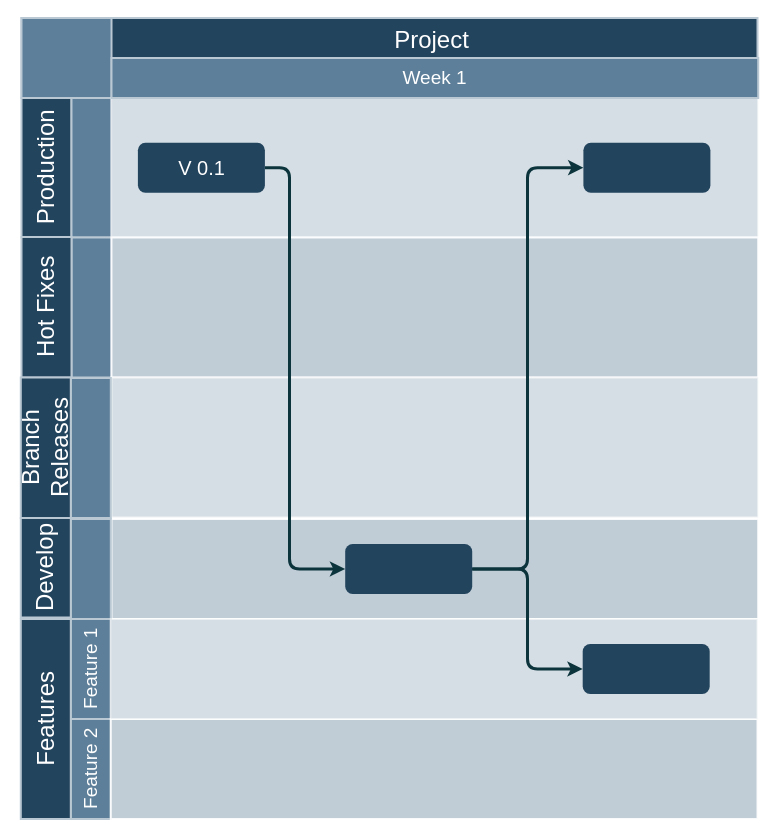
Earlier version of the draw.io diagram Untitled Diagram.drawio (grigigo/Tankists). Source tidied: cells renumbered, new cells numbered last; positions are measured from the earlier drawing's top-left corner, leaving out a move shared by most shapes. Both pictures are drawn from the tidied source at 100%, with x=0, y=0 at pixel (20, 17).
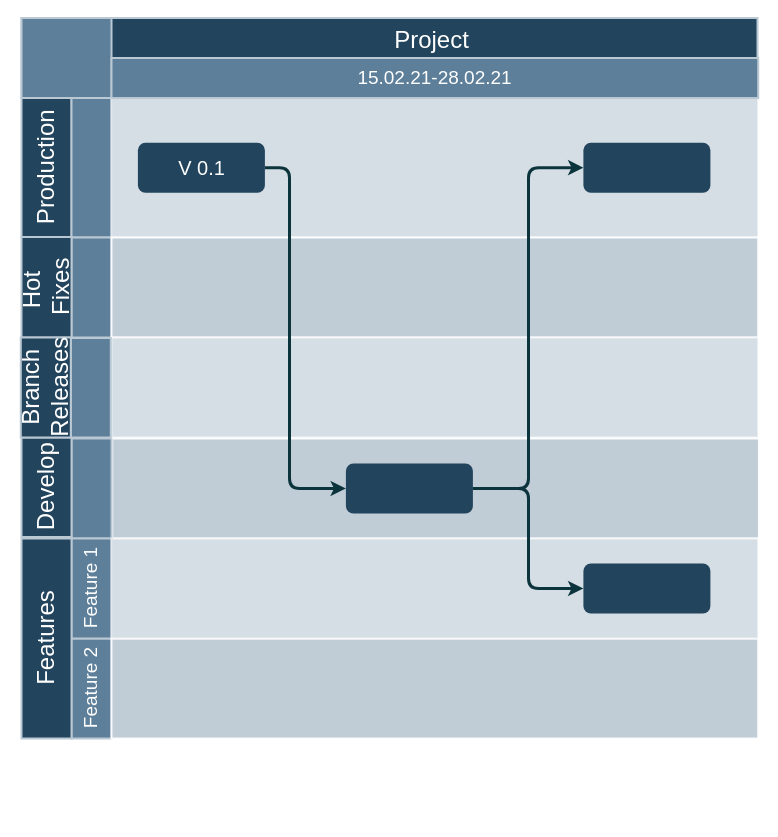
Above is the later version.

Unchanged cells that the change refers to:
```xml
<mxCell id="18" value="&lt;font style=&quot;font-size: 20px&quot; color=&quot;#ffffff&quot;&gt;V 0.1&lt;/font&gt;" style="rounded=1;fillColor=#23445D;strokeColor=none;strokeWidth=2;fontFamily=Helvetica;html=1;gradientColor=none;" parent="1" vertex="1">
  <mxGeometry x="117.4" y="125.2" width="127" height="50" as="geometry" />
</mxCell>
<mxCell id="24" style="group;" parent="1" vertex="1">
  <mxGeometry x="91" y="40.5" width="646.7" height="40" as="geometry" />
</mxCell>
```

Diff of the diagram source:
```diff
@@
     <mxCell id="2" style="strokeColor=#FFFFFF;fillColor=#BAC8D3;fontSize=18;strokeWidth=2;fontFamily=Helvetica;html=1;opacity=90;" parent="1" vertex="1">
-      <mxGeometry x="91" y="501.5" width="646.7" height="100" as="geometry" />
+      <mxGeometry x="91.7" y="421" width="646.7" height="100" as="geometry" />
     </mxCell>
@@
     <mxCell id="7" style="strokeColor=#BAC8D3;fillColor=#5d7f99;fontSize=19;strokeWidth=2;horizontal=0;fontFamily=Helvetica;html=1;labelBackgroundColor=none;fontColor=#FFFFFF;" parent="1" vertex="1">
-      <mxGeometry x="51" y="220" width="40" height="140" as="geometry" />
+      <mxGeometry x="51" y="220" width="40" height="100" as="geometry" />
     </mxCell>
     <mxCell id="8" style="strokeColor=#BAC8D3;fillColor=#5d7f99;fontSize=19;strokeWidth=2;horizontal=0;fontFamily=Helvetica;html=1;labelBackgroundColor=none;fontColor=#FFFFFF;" parent="1" vertex="1">
-      <mxGeometry x="50.3" y="501.5" width="40" height="100" as="geometry" />
+      <mxGeometry x="51" y="421" width="40" height="100" as="geometry" />
     </mxCell>
     <mxCell id="9" value="Feature 2" style="strokeColor=#BAC8D3;fillColor=#5d7f99;fontSize=19;strokeWidth=2;horizontal=0;fontFamily=Helvetica;html=1;labelBackgroundColor=none;fontColor=#FFFFFF;" parent="1" vertex="1">
-      <mxGeometry x="50.3" y="701.5" width="40" height="100" as="geometry" />
+      <mxGeometry x="51" y="621" width="40" height="100" as="geometry" />
     </mxCell>
     <mxCell id="10" value="Feature 1" style="strokeColor=#BAC8D3;fillColor=#5d7f99;fontSize=19;strokeWidth=2;horizontal=0;fontFamily=Helvetica;html=1;labelBackgroundColor=none;fontColor=#FFFFFF;" parent="1" vertex="1">
-      <mxGeometry x="50.3" y="601.5" width="40" height="100" as="geometry" />
+      <mxGeometry x="51" y="521" width="40" height="100" as="geometry" />
     </mxCell>
     <mxCell id="11" value="Features" style="strokeColor=#BAC8D3;fillColor=#23445D;fontSize=24;strokeWidth=2;horizontal=0;fontFamily=Helvetica;html=1;fontColor=#FFFFFF;fontStyle=0;" parent="1" vertex="1">
-      <mxGeometry x="0.3" y="601.5" width="50" height="200" as="geometry" />
+      <mxGeometry x="1" y="521" width="50" height="200" as="geometry" />
     </mxCell>
@@
     <mxCell id="13" style="strokeColor=#FFFFFF;fillColor=#BAC8D3;fontSize=18;strokeWidth=2;fontFamily=Helvetica;html=1;opacity=90;" parent="1" vertex="1">
-      <mxGeometry x="91" y="220" width="646.7" height="140" as="geometry" />
+      <mxGeometry x="91" y="220" width="646.7" height="100" as="geometry" />
     </mxCell>
     <mxCell id="14" style="strokeColor=#FFFFFF;fillColor=#BAC8D3;fontSize=18;strokeWidth=2;fontFamily=Helvetica;html=1;opacity=60;" parent="1" vertex="1">
-      <mxGeometry x="91" y="360" width="646.7" height="140" as="geometry" />
+      <mxGeometry x="91" y="320" width="646.7" height="100" as="geometry" />
     </mxCell>
     <mxCell id="15" style="strokeColor=#FFFFFF;fillColor=#BAC8D3;fontSize=18;strokeWidth=2;fontFamily=Helvetica;html=1;opacity=90;" parent="1" vertex="1">
-      <mxGeometry x="90.3" y="701.5" width="646.7" height="100" as="geometry" />
+      <mxGeometry x="91" y="621" width="646.7" height="100" as="geometry" />
     </mxCell>
     <mxCell id="16" style="strokeColor=#FFFFFF;fillColor=#BAC8D3;fontSize=18;strokeWidth=2;fontFamily=Helvetica;html=1;opacity=60;" parent="1" vertex="1">
-      <mxGeometry x="90.3" y="601.5" width="646.7" height="100" as="geometry" />
+      <mxGeometry x="91" y="521" width="646.7" height="100" as="geometry" />
     </mxCell>
     <mxCell id="17" style="edgeStyle=orthogonalEdgeStyle;rounded=1;jumpStyle=none;html=1;exitX=1;exitY=0.5;entryX=0;entryY=0.5;labelBackgroundColor=#ffffff;startArrow=none;startFill=0;endArrow=classic;jettySize=auto;strokeColor=#0C343D;strokeWidth=3;fontFamily=Helvetica;fontSize=11;fontColor=#000000;" parent="1" edge="1" source="18" target="20">
       <mxGeometry relative="1" as="geometry">
         <Array as="points">
           <mxPoint x="269" y="150" />
-          <mxPoint x="269" y="552" />
+          <mxPoint x="269" y="471" />
         </Array>
       </mxGeometry>
     </mxCell>
@@
     <mxCell id="20" style="rounded=1;fillColor=#23445D;strokeColor=none;strokeWidth=2;fontFamily=Helvetica;html=1;gradientColor=none;" parent="1" vertex="1">
-      <mxGeometry x="324.7" y="526.5" width="127" height="50" as="geometry" />
+      <mxGeometry x="325.4" y="446" width="127" height="50" as="geometry" />
     </mxCell>
     <mxCell id="21" style="rounded=1;fillColor=#23445D;strokeColor=none;strokeWidth=2;fontFamily=Helvetica;html=1;gradientColor=none;" parent="1" vertex="1">
-      <mxGeometry x="562.2" y="626.5" width="127" height="50" as="geometry" />
+      <mxGeometry x="562.9" y="546" width="127" height="50" as="geometry" />
     </mxCell>
@@
     <mxCell id="23" style="edgeStyle=elbowEdgeStyle;elbow=horizontal;strokeWidth=3;strokeColor=#0C343D;fontFamily=Helvetica;html=1;" parent="1" edge="1" source="20" target="21">
-      <mxGeometry x="5.8" y="1051.5" as="geometry" />
+      <mxGeometry x="6.4" y="971" as="geometry" />
     </mxCell>
@@
-    <mxCell id="25" value="Week 1" style="strokeColor=#BAC8D3;fillColor=#5d7f99;fontSize=19;strokeWidth=2;fontFamily=Helvetica;html=1;labelBackgroundColor=none;fontColor=#FFFFFF;" parent="24" vertex="1">
+    <mxCell id="25" value="15.02.21-28.02.21" style="strokeColor=#BAC8D3;fillColor=#5d7f99;fontSize=19;strokeWidth=2;fontFamily=Helvetica;html=1;labelBackgroundColor=none;fontColor=#FFFFFF;" parent="24" vertex="1">
       <mxGeometry width="646.7" height="40" as="geometry" />
     </mxCell>
     <mxCell id="26" value="Develop" style="strokeColor=#BAC8D3;fillColor=#23445D;fontSize=24;strokeWidth=2;horizontal=0;fontFamily=Helvetica;html=1;fontColor=#FFFFFF;fontStyle=0;" parent="1" vertex="1">
-      <mxGeometry x="0.3" y="500.5" width="50" height="99.5" as="geometry" />
+      <mxGeometry x="1" y="420" width="50" height="99.5" as="geometry" />
     </mxCell>
-    <mxCell id="27" value="Hot&amp;nbsp;Fixes" style="strokeColor=#BAC8D3;fillColor=#23445D;fontSize=24;strokeWidth=2;horizontal=0;fontFamily=Helvetica;html=1;fontColor=#FFFFFF;fontStyle=0;" parent="1" vertex="1">
-      <mxGeometry x="1" y="219.5" width="50" height="140.5" as="geometry" />
+    <mxCell id="27" value="Hot&amp;nbsp;&lt;br&gt;Fixes" style="strokeColor=#BAC8D3;fillColor=#23445D;fontSize=24;strokeWidth=2;horizontal=0;fontFamily=Helvetica;html=1;fontColor=#FFFFFF;fontStyle=0;" parent="1" vertex="1">
+      <mxGeometry x="1" y="219.5" width="50" height="100.5" as="geometry" />
     </mxCell>
     <mxCell id="28" style="strokeColor=#BAC8D3;fillColor=#5d7f99;fontSize=19;strokeWidth=2;horizontal=0;fontFamily=Helvetica;html=1;labelBackgroundColor=none;fontColor=#FFFFFF;" parent="1" vertex="1">
-      <mxGeometry x="50.3" y="360.5" width="40" height="140" as="geometry" />
+      <mxGeometry x="50.3" y="320.5" width="40" height="99.5" as="geometry" />
     </mxCell>
     <mxCell id="29" value="Branch &lt;br&gt;Releases" style="strokeColor=#BAC8D3;fillColor=#23445D;fontSize=24;strokeWidth=2;horizontal=0;fontFamily=Helvetica;html=1;fontColor=#FFFFFF;fontStyle=0;" parent="1" vertex="1">
-      <mxGeometry x="0.3" y="360" width="50" height="140.5" as="geometry" />
+      <mxGeometry x="0.3" y="320" width="50" height="100" as="geometry" />
     </mxCell>
```
